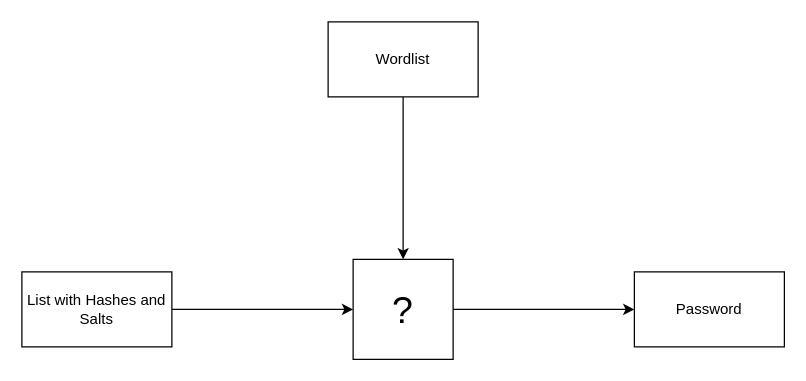
Niclasapdk/ESD3_project keeps this draw.io diagram as figures/reqspec_figure/reqspec_figure.drawio. Above is the earlier version. Source tidied: cells renumbered, new cells numbered last; positions are measured from the earlier drawing's top-left corner, leaving out a move shared by most shapes. Both pictures are drawn from the tidied source at 125%, with x=0, y=0 at pixel (21, 21).
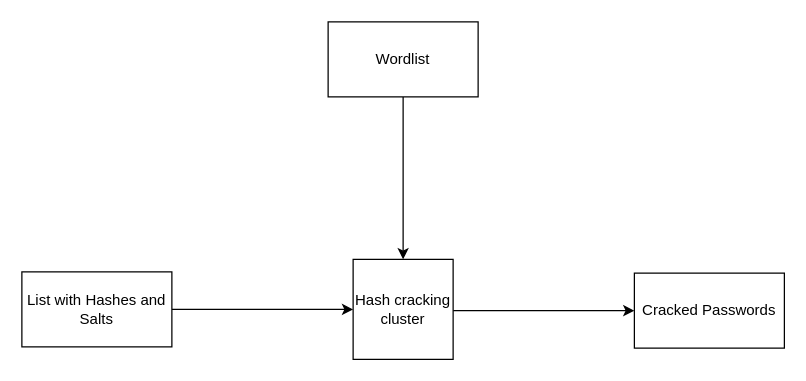
The same diagram, later.

The edit, as a diff of the source:
```diff
@@
 <mxGraphModel>
   <root>
     <mxCell id="0" />
     <mxCell id="1" parent="0" />
     <mxCell id="2" style="edgeStyle=orthogonalEdgeStyle;rounded=0;jettySize=auto;html=1;entryX=0;entryY=0.5;entryDx=0;entryDy=0;" parent="1" edge="1" source="3" target="5">
       <mxGeometry relative="1" as="geometry" />
     </mxCell>
     <mxCell id="3" value="List with Hashes and Salts" style="rounded=0;whiteSpace=wrap;html=1;" parent="1" vertex="1">
       <mxGeometry y="200" width="120" height="60" as="geometry" />
     </mxCell>
     <mxCell id="4" style="edgeStyle=orthogonalEdgeStyle;rounded=0;jettySize=auto;html=1;entryX=0;entryY=0.5;entryDx=0;entryDy=0;" parent="1" edge="1" source="5" target="6">
-      <mxGeometry relative="1" as="geometry" />
+      <mxGeometry relative="1" as="geometry">
+        <Array as="points">
+          <mxPoint x="490" y="230" />
+        </Array>
+      </mxGeometry>
     </mxCell>
-    <mxCell id="5" value="&lt;font style=&quot;font-size: 30px;&quot;&gt;?&lt;/font&gt;" style="whiteSpace=wrap;html=1;" parent="1" vertex="1">
+    <mxCell id="5" value="Hash cracking cluster" style="whiteSpace=wrap;html=1;" parent="1" vertex="1">
       <mxGeometry x="265" y="190" width="80" height="80" as="geometry" />
     </mxCell>
-    <mxCell id="6" value="Password" style="rounded=0;whiteSpace=wrap;html=1;" parent="1" vertex="1">
-      <mxGeometry x="490" y="200" width="120" height="60" as="geometry" />
+    <mxCell id="6" value="Cracked Passwords" style="rounded=0;whiteSpace=wrap;html=1;" parent="1" vertex="1">
+      <mxGeometry x="490" y="201" width="120" height="60" as="geometry" />
     </mxCell>
     <mxCell id="7" style="edgeStyle=orthogonalEdgeStyle;rounded=0;jettySize=auto;html=1;entryX=0.5;entryY=0;entryDx=0;entryDy=0;" parent="1" edge="1" source="8" target="5">
       <mxGeometry relative="1" as="geometry" />
     </mxCell>
     <mxCell id="8" value="Wordlist" style="rounded=0;whiteSpace=wrap;html=1;" parent="1" vertex="1">
       <mxGeometry x="245" width="120" height="60" as="geometry" />
     </mxCell>
   </root>
 </mxGraphModel>
```
